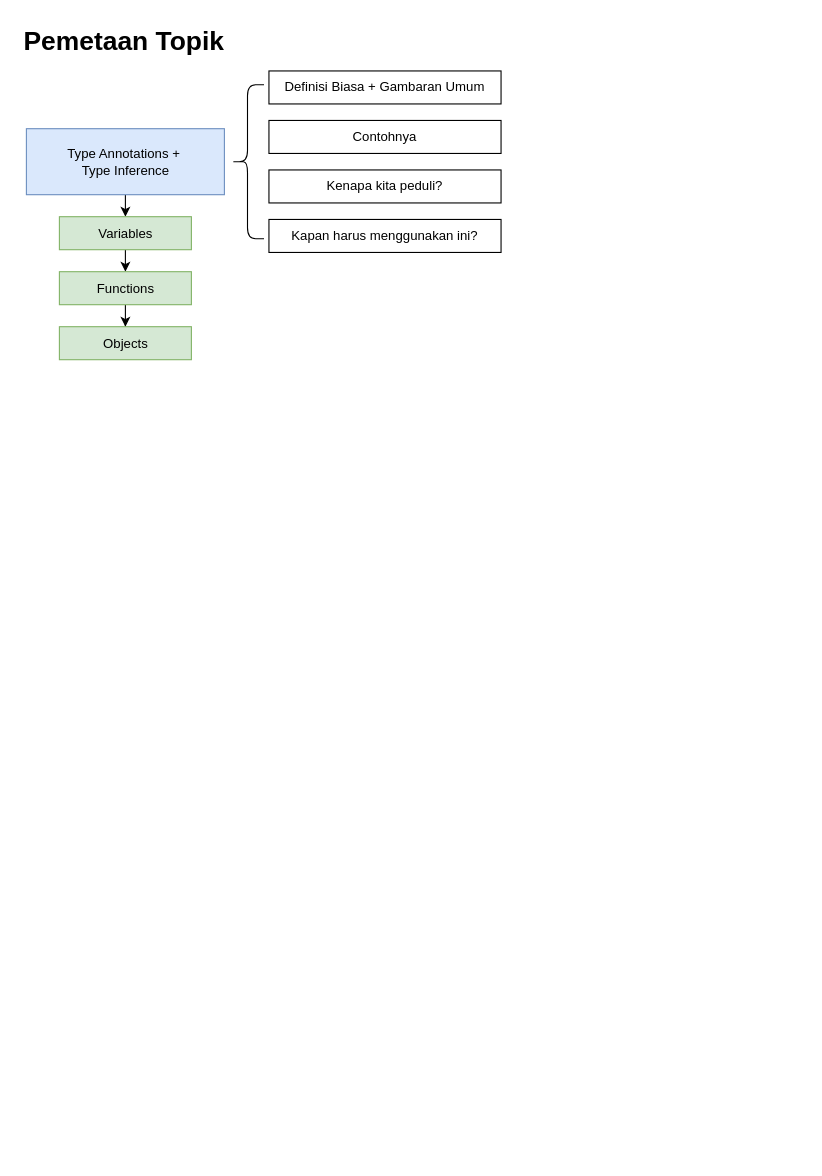
This is page "Type Annotations + Inference" (3 of 3) of Typescript.drawio from imbarwinata/typescript, a draw.io file, before an edit. Source tidied: cells renumbered, new cells numbered last; positions are measured from the earlier drawing's top-left corner, leaving out a move shared by most shapes. Both pictures are drawn from the tidied source at 110%, with x=0, y=0 at pixel (18, 19).
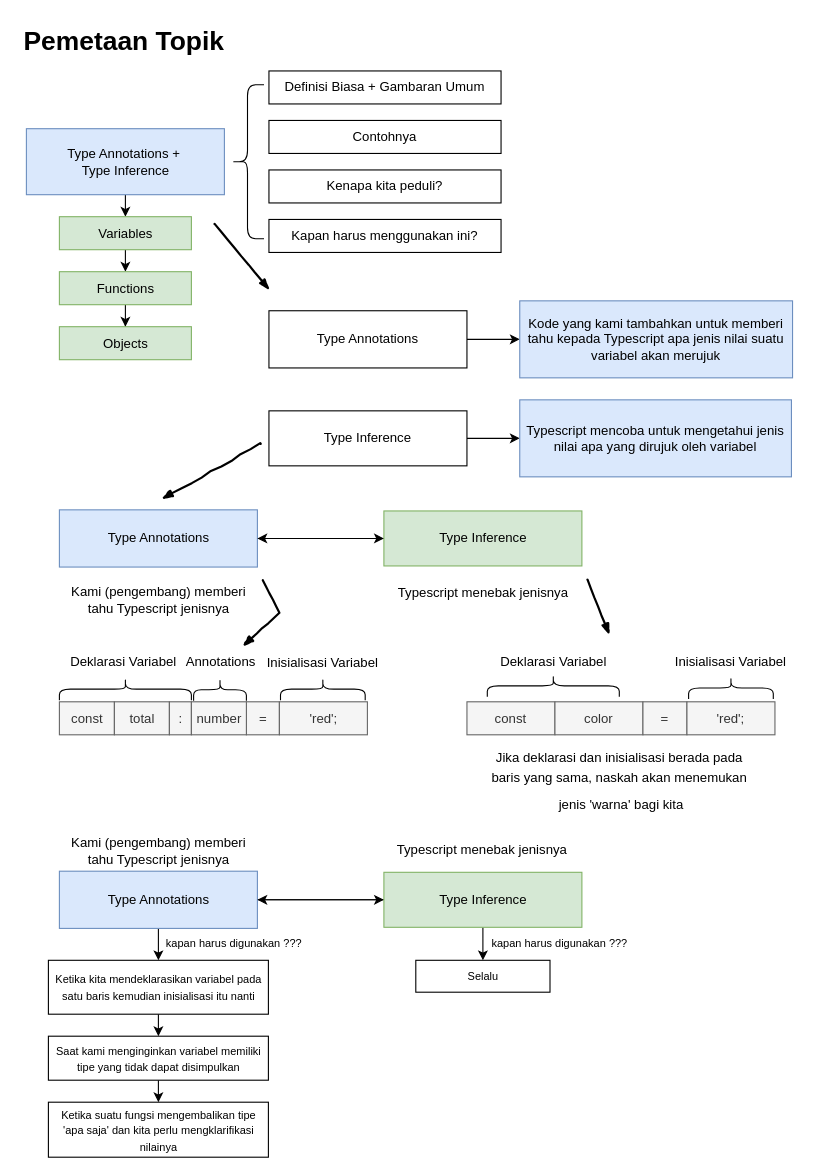
Above is the later version.

What changed in the source:
```diff
@@
+    <mxCell id="15" style="edgeStyle=orthogonalEdgeStyle;rounded=0;jettySize=auto;html=1;exitX=1;exitY=0.5;exitDx=0;exitDy=0;entryX=0;entryY=0.5;entryDx=0;entryDy=0;" parent="1" edge="1" source="16" target="19">
+      <mxGeometry relative="1" as="geometry" />
+    </mxCell>
+    <mxCell id="16" value="Type Annotations" style="rounded=0;whiteSpace=wrap;html=1;" parent="1" vertex="1">
+      <mxGeometry x="228" y="265" width="180" height="52" as="geometry" />
+    </mxCell>
+    <mxCell id="17" style="edgeStyle=orthogonalEdgeStyle;rounded=0;jettySize=auto;html=1;exitX=1;exitY=0.5;exitDx=0;exitDy=0;entryX=0;entryY=0.5;entryDx=0;entryDy=0;" parent="1" edge="1" source="18" target="20">
+      <mxGeometry relative="1" as="geometry" />
+    </mxCell>
+    <mxCell id="18" value="Type Inference" style="rounded=0;whiteSpace=wrap;html=1;" parent="1" vertex="1">
+      <mxGeometry x="228" y="356" width="180" height="50" as="geometry" />
+    </mxCell>
+    <mxCell id="19" value="Kode yang kami tambahkan untuk memberi tahu kepada Typescript apa jenis nilai suatu variabel akan merujuk" style="rounded=0;whiteSpace=wrap;html=1;fillColor=#dae8fc;strokeColor=#6c8ebf;" parent="1" vertex="1">
+      <mxGeometry x="456" y="256" width="248" height="70" as="geometry" />
+    </mxCell>
+    <mxCell id="20" value="Typescript mencoba untuk mengetahui jenis nilai apa yang dirujuk oleh variabel" style="rounded=0;whiteSpace=wrap;html=1;fillColor=#dae8fc;strokeColor=#6c8ebf;" parent="1" vertex="1">
+      <mxGeometry x="456" y="346" width="247" height="70" as="geometry" />
+    </mxCell>
+    <mxCell id="21" style="edgeStyle=orthogonalEdgeStyle;rounded=0;jettySize=auto;html=1;exitX=1;exitY=0.5;exitDx=0;exitDy=0;entryX=0;entryY=0.5;entryDx=0;entryDy=0;" parent="1" edge="1" source="22" target="24">
+      <mxGeometry relative="1" as="geometry" />
+    </mxCell>
+    <mxCell id="22" value="Type Annotations" style="rounded=0;whiteSpace=wrap;html=1;fillColor=#dae8fc;strokeColor=#6c8ebf;" parent="1" vertex="1">
+      <mxGeometry x="37.5" y="446" width="180" height="52" as="geometry" />
+    </mxCell>
+    <mxCell id="23" style="edgeStyle=orthogonalEdgeStyle;rounded=0;jettySize=auto;html=1;exitX=0;exitY=0.5;exitDx=0;exitDy=0;entryX=1;entryY=0.5;entryDx=0;entryDy=0;" parent="1" edge="1" source="24" target="22">
+      <mxGeometry relative="1" as="geometry" />
+    </mxCell>
+    <mxCell id="24" value="Type Inference" style="rounded=0;whiteSpace=wrap;html=1;fillColor=#d5e8d4;strokeColor=#82b366;" parent="1" vertex="1">
+      <mxGeometry x="332.5" y="447" width="180" height="50" as="geometry" />
+    </mxCell>
+    <mxCell id="25" value="Kami (pengembang) memberi tahu Typescript jenisnya" style="text;html=1;strokeColor=none;fillColor=none;align=center;verticalAlign=middle;whiteSpace=wrap;rounded=0;" parent="1" vertex="1">
+      <mxGeometry x="42.5" y="509" width="170" height="37" as="geometry" />
+    </mxCell>
+    <mxCell id="26" value="Typescript menebak jenisnya" style="text;html=1;strokeColor=none;fillColor=none;align=center;verticalAlign=middle;whiteSpace=wrap;rounded=0;" parent="1" vertex="1">
+      <mxGeometry x="337.5" y="508" width="170" height="27" as="geometry" />
+    </mxCell>
+    <mxCell id="27" style="rounded=0;comic=1;strokeWidth=2;endArrow=blockThin;html=1;fontFamily=Comic Sans MS;fontStyle=1;" parent="1" edge="1">
+      <mxGeometry relative="1" as="geometry">
+        <mxPoint x="178.5" y="186" as="sourcePoint" />
+        <mxPoint x="228.5" y="246" as="targetPoint" />
+      </mxGeometry>
+    </mxCell>
+    <mxCell id="28" style="rounded=0;comic=1;strokeWidth=2;endArrow=blockThin;html=1;fontFamily=Comic Sans MS;fontStyle=1;" parent="1" edge="1">
+      <mxGeometry relative="1" as="geometry">
+        <mxPoint x="220.5" y="386" as="sourcePoint" />
+        <mxPoint x="130.5" y="436" as="targetPoint" />
+      </mxGeometry>
+    </mxCell>
+    <mxCell id="29" value="const" style="rounded=0;whiteSpace=wrap;html=1;fillColor=#f5f5f5;strokeColor=#666666;fontColor=#333333;" parent="1" vertex="1">
+      <mxGeometry x="408" y="620.5" width="80" height="30" as="geometry" />
+    </mxCell>
+    <mxCell id="30" value="color" style="rounded=0;whiteSpace=wrap;html=1;fillColor=#f5f5f5;strokeColor=#666666;fontColor=#333333;" parent="1" vertex="1">
+      <mxGeometry x="488" y="620.5" width="80" height="30" as="geometry" />
+    </mxCell>
+    <mxCell id="31" value="=" style="rounded=0;whiteSpace=wrap;html=1;fillColor=#f5f5f5;strokeColor=#666666;fontColor=#333333;" parent="1" vertex="1">
+      <mxGeometry x="568" y="620.5" width="40" height="30" as="geometry" />
+    </mxCell>
+    <mxCell id="32" value="'red';" style="rounded=0;whiteSpace=wrap;html=1;fillColor=#f5f5f5;strokeColor=#666666;fontColor=#333333;" parent="1" vertex="1">
+      <mxGeometry x="608" y="620.5" width="80" height="30" as="geometry" />
+    </mxCell>
+    <mxCell id="33" style="shape=curlyBracket;whiteSpace=wrap;html=1;rounded=1;rotation=90;" parent="1" vertex="1">
+      <mxGeometry x="476.5" y="546" width="20" height="120" as="geometry" />
+    </mxCell>
+    <mxCell id="34" style="shape=curlyBracket;whiteSpace=wrap;html=1;rounded=1;rotation=90;" parent="1" vertex="1">
+      <mxGeometry x="638" y="569.5" width="20" height="77" as="geometry" />
+    </mxCell>
+    <mxCell id="35" value="Deklarasi Variabel" style="text;html=1;strokeColor=none;fillColor=none;align=center;verticalAlign=middle;whiteSpace=wrap;rounded=0;" parent="1" vertex="1">
+      <mxGeometry x="421.5" y="570" width="130" height="27" as="geometry" />
+    </mxCell>
+    <mxCell id="36" value="Inisialisasi Variabel" style="text;html=1;strokeColor=none;fillColor=none;align=center;verticalAlign=middle;whiteSpace=wrap;rounded=0;" parent="1" vertex="1">
+      <mxGeometry x="583" y="570" width="130" height="27" as="geometry" />
+    </mxCell>
+    <mxCell id="37" style="rounded=0;comic=1;strokeWidth=2;endArrow=blockThin;html=1;fontFamily=Comic Sans MS;fontStyle=1;" parent="1" edge="1">
+      <mxGeometry relative="1" as="geometry">
+        <mxPoint x="517.5" y="509.5" as="sourcePoint" />
+        <mxPoint x="537.5" y="559.5" as="targetPoint" />
+      </mxGeometry>
+    </mxCell>
+    <mxCell id="38" value="&lt;p style=&quot;line-height: 0% ; font-size: 12px&quot;&gt;&lt;span style=&quot;font-weight: normal&quot;&gt;&lt;font style=&quot;font-size: 12px&quot;&gt;Jika deklarasi dan inisialisasi berada pada&amp;nbsp;&lt;/font&gt;&lt;/span&gt;&lt;/p&gt;&lt;p style=&quot;line-height: 100% ; font-size: 12px&quot;&gt;&lt;span style=&quot;font-weight: normal&quot;&gt;&lt;font style=&quot;font-size: 12px&quot;&gt;baris yang sama, naskah akan menemukan&amp;nbsp;&lt;/font&gt;&lt;/span&gt;&lt;/p&gt;&lt;p style=&quot;line-height: 100% ; font-size: 12px&quot;&gt;&lt;span style=&quot;font-weight: normal&quot;&gt;&lt;font style=&quot;font-size: 12px&quot;&gt;jenis 'warna' bagi kita&lt;/font&gt;&lt;/span&gt;&lt;/p&gt;" style="text;strokeColor=none;fillColor=none;html=1;fontSize=24;fontStyle=1;verticalAlign=middle;align=center;" parent="1" vertex="1">
+      <mxGeometry x="407.5" y="659.5" width="280" height="70" as="geometry" />
+    </mxCell>
+    <mxCell id="39" value="const" style="rounded=0;whiteSpace=wrap;html=1;fillColor=#f5f5f5;strokeColor=#666666;fontColor=#333333;" parent="1" vertex="1">
+      <mxGeometry x="37.5" y="620.5" width="50" height="30" as="geometry" />
+    </mxCell>
+    <mxCell id="40" value="total" style="rounded=0;whiteSpace=wrap;html=1;fillColor=#f5f5f5;strokeColor=#666666;fontColor=#333333;" parent="1" vertex="1">
+      <mxGeometry x="87.5" y="620.5" width="50" height="30" as="geometry" />
+    </mxCell>
+    <mxCell id="41" value="=" style="rounded=0;whiteSpace=wrap;html=1;fillColor=#f5f5f5;strokeColor=#666666;fontColor=#333333;" parent="1" vertex="1">
+      <mxGeometry x="207.5" y="620.5" width="30" height="30" as="geometry" />
+    </mxCell>
+    <mxCell id="42" value="'red';" style="rounded=0;whiteSpace=wrap;html=1;fillColor=#f5f5f5;strokeColor=#666666;fontColor=#333333;" parent="1" vertex="1">
+      <mxGeometry x="237.5" y="620.5" width="80" height="30" as="geometry" />
+    </mxCell>
+    <mxCell id="43" value=":" style="rounded=0;whiteSpace=wrap;html=1;fillColor=#f5f5f5;strokeColor=#666666;fontColor=#333333;" parent="1" vertex="1">
+      <mxGeometry x="137.5" y="620.5" width="20" height="30" as="geometry" />
+    </mxCell>
+    <mxCell id="44" value="number" style="rounded=0;whiteSpace=wrap;html=1;fillColor=#f5f5f5;strokeColor=#666666;fontColor=#333333;" parent="1" vertex="1">
+      <mxGeometry x="157.5" y="620.5" width="50" height="30" as="geometry" />
+    </mxCell>
+    <mxCell id="45" style="shape=curlyBracket;whiteSpace=wrap;html=1;rounded=1;rotation=90;" parent="1" vertex="1">
+      <mxGeometry x="267" y="570.5" width="20" height="77" as="geometry" />
+    </mxCell>
+    <mxCell id="46" value="Inisialisasi Variabel" style="text;html=1;strokeColor=none;fillColor=none;align=center;verticalAlign=middle;whiteSpace=wrap;rounded=0;" parent="1" vertex="1">
+      <mxGeometry x="212" y="571" width="130" height="27" as="geometry" />
+    </mxCell>
+    <mxCell id="47" style="shape=curlyBracket;whiteSpace=wrap;html=1;rounded=1;rotation=90;" parent="1" vertex="1">
+      <mxGeometry x="87.5" y="549" width="20" height="120" as="geometry" />
+    </mxCell>
+    <mxCell id="48" value="Deklarasi Variabel" style="text;html=1;strokeColor=none;fillColor=none;align=center;verticalAlign=middle;whiteSpace=wrap;rounded=0;" parent="1" vertex="1">
+      <mxGeometry x="30.5" y="570" width="130" height="27" as="geometry" />
+    </mxCell>
+    <mxCell id="49" style="shape=curlyBracket;whiteSpace=wrap;html=1;rounded=1;rotation=90;" parent="1" vertex="1">
+      <mxGeometry x="173.5" y="585.5" width="20" height="48" as="geometry" />
+    </mxCell>
+    <mxCell id="50" value="Annotations" style="text;html=1;strokeColor=none;fillColor=none;align=center;verticalAlign=middle;whiteSpace=wrap;rounded=0;" parent="1" vertex="1">
+      <mxGeometry x="145" y="570" width="79" height="27" as="geometry" />
+    </mxCell>
+    <mxCell id="51" style="rounded=0;comic=1;strokeWidth=2;endArrow=blockThin;html=1;fontFamily=Comic Sans MS;fontStyle=1;entryX=0.75;entryY=0;entryDx=0;entryDy=0;" parent="1" edge="1" target="50">
+      <mxGeometry relative="1" as="geometry">
+        <mxPoint x="222.5" y="510" as="sourcePoint" />
+        <Array as="points">
+          <mxPoint x="237.5" y="539.5" />
+        </Array>
+      </mxGeometry>
+    </mxCell>
+    <mxCell id="52" style="edgeStyle=orthogonalEdgeStyle;rounded=0;jettySize=auto;html=1;exitX=1;exitY=0.5;exitDx=0;exitDy=0;entryX=0;entryY=0.5;entryDx=0;entryDy=0;" parent="1" edge="1" source="54" target="57">
+      <mxGeometry relative="1" as="geometry" />
+    </mxCell>
+    <mxCell id="53" style="edgeStyle=orthogonalEdgeStyle;rounded=0;jettySize=auto;html=1;exitX=0.5;exitY=1;exitDx=0;exitDy=0;entryX=0.5;entryY=0;entryDx=0;entryDy=0;" parent="1" edge="1" source="54" target="62">
+      <mxGeometry relative="1" as="geometry" />
+    </mxCell>
+    <mxCell id="54" value="Type Annotations" style="rounded=0;whiteSpace=wrap;html=1;fillColor=#dae8fc;strokeColor=#6c8ebf;" parent="1" vertex="1">
+      <mxGeometry x="37.5" y="774.5" width="180" height="52" as="geometry" />
+    </mxCell>
+    <mxCell id="55" style="edgeStyle=orthogonalEdgeStyle;rounded=0;jettySize=auto;html=1;exitX=0;exitY=0.5;exitDx=0;exitDy=0;entryX=1;entryY=0.5;entryDx=0;entryDy=0;" parent="1" edge="1" source="57" target="54">
+      <mxGeometry relative="1" as="geometry" />
+    </mxCell>
+    <mxCell id="56" style="edgeStyle=orthogonalEdgeStyle;rounded=0;jettySize=auto;html=1;exitX=0.5;exitY=1;exitDx=0;exitDy=0;" parent="1" edge="1" source="57" target="66">
+      <mxGeometry relative="1" as="geometry" />
+    </mxCell>
+    <mxCell id="57" value="Type Inference" style="rounded=0;whiteSpace=wrap;html=1;fillColor=#d5e8d4;strokeColor=#82b366;" parent="1" vertex="1">
+      <mxGeometry x="332.5" y="775.5" width="180" height="50" as="geometry" />
+    </mxCell>
+    <mxCell id="58" value="Kami (pengembang) memberi tahu Typescript jenisnya" style="text;html=1;strokeColor=none;fillColor=none;align=center;verticalAlign=middle;whiteSpace=wrap;rounded=0;" parent="1" vertex="1">
+      <mxGeometry x="42.5" y="737.5" width="170" height="37" as="geometry" />
+    </mxCell>
+    <mxCell id="59" value="Typescript menebak jenisnya" style="text;html=1;strokeColor=none;fillColor=none;align=center;verticalAlign=middle;whiteSpace=wrap;rounded=0;" parent="1" vertex="1">
+      <mxGeometry x="336.5" y="734.5" width="170" height="40" as="geometry" />
+    </mxCell>
+    <mxCell id="60" value="&lt;font style=&quot;font-size: 10px ; font-weight: normal&quot;&gt;kapan harus digunakan ???&lt;/font&gt;" style="text;strokeColor=none;fillColor=none;html=1;fontSize=24;fontStyle=1;verticalAlign=middle;align=center;" parent="1" vertex="1">
+      <mxGeometry x="145.5" y="825.5" width="100" height="20" as="geometry" />
+    </mxCell>
+    <mxCell id="61" style="edgeStyle=orthogonalEdgeStyle;rounded=0;jettySize=auto;html=1;exitX=0.5;exitY=1;exitDx=0;exitDy=0;entryX=0.5;entryY=0;entryDx=0;entryDy=0;" parent="1" edge="1" source="62" target="64">
+      <mxGeometry relative="1" as="geometry" />
+    </mxCell>
+    <mxCell id="62" value="&lt;font style=&quot;font-size: 10px&quot;&gt;Ketika kita mendeklarasikan variabel pada satu baris kemudian inisialisasi itu nanti&lt;/font&gt;" style="rounded=0;whiteSpace=wrap;html=1;" parent="1" vertex="1">
+      <mxGeometry x="27.5" y="855.5" width="200" height="49" as="geometry" />
+    </mxCell>
+    <mxCell id="63" style="edgeStyle=orthogonalEdgeStyle;rounded=0;jettySize=auto;html=1;exitX=0.5;exitY=1;exitDx=0;exitDy=0;entryX=0.5;entryY=0;entryDx=0;entryDy=0;" parent="1" edge="1" source="64" target="65">
+      <mxGeometry relative="1" as="geometry" />
+    </mxCell>
+    <mxCell id="64" value="&lt;font style=&quot;font-size: 10px&quot;&gt;Saat kami menginginkan variabel memiliki tipe yang tidak dapat disimpulkan&lt;/font&gt;" style="rounded=0;whiteSpace=wrap;html=1;" parent="1" vertex="1">
+      <mxGeometry x="27.5" y="924.5" width="200" height="40" as="geometry" />
+    </mxCell>
+    <mxCell id="65" value="&lt;font style=&quot;font-size: 10px&quot;&gt;Ketika suatu fungsi mengembalikan tipe 'apa saja' dan kita perlu mengklarifikasi nilainya&lt;/font&gt;" style="rounded=0;whiteSpace=wrap;html=1;" parent="1" vertex="1">
+      <mxGeometry x="27.5" y="984.5" width="200" height="50" as="geometry" />
+    </mxCell>
+    <mxCell id="66" value="&lt;font style=&quot;font-size: 10px&quot;&gt;Selalu&lt;/font&gt;" style="rounded=0;whiteSpace=wrap;html=1;" parent="1" vertex="1">
+      <mxGeometry x="361.5" y="855.5" width="122" height="29" as="geometry" />
+    </mxCell>
+    <mxCell id="67" value="&lt;font style=&quot;font-size: 10px ; font-weight: normal&quot;&gt;kapan harus digunakan ???&lt;/font&gt;" style="text;strokeColor=none;fillColor=none;html=1;fontSize=24;fontStyle=1;verticalAlign=middle;align=center;" parent="1" vertex="1">
+      <mxGeometry x="441.5" y="825.5" width="100" height="20" as="geometry" />
+    </mxCell>
```
